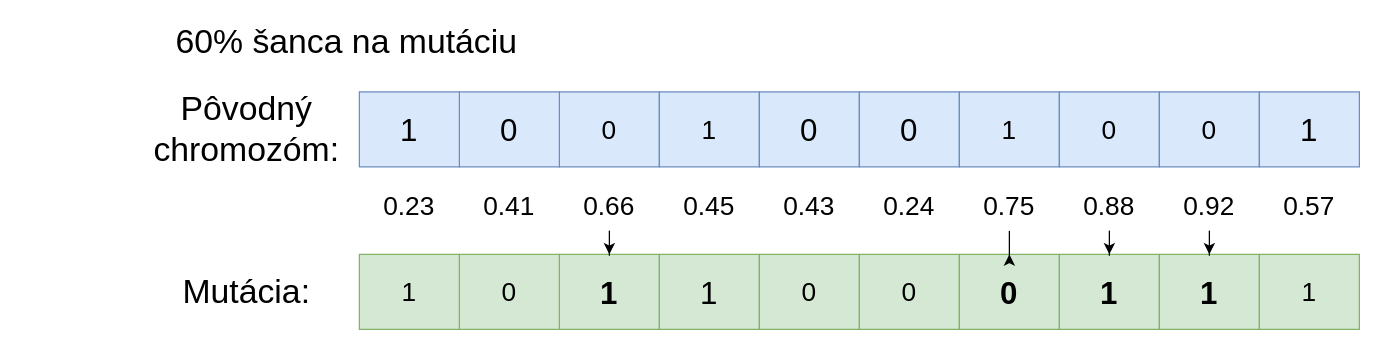
Above: image/mutacia.drawio in jozef229/FIIT-PRIPOC-ARTICLE-LaTeX (draw.io), before the change. Source tidied: cells renumbered, new cells numbered last; positions are measured from the earlier drawing's top-left corner, leaving out a move shared by most shapes. Both pictures are drawn from the tidied source at 125%, with x=0, y=0 at pixel (21, 29).
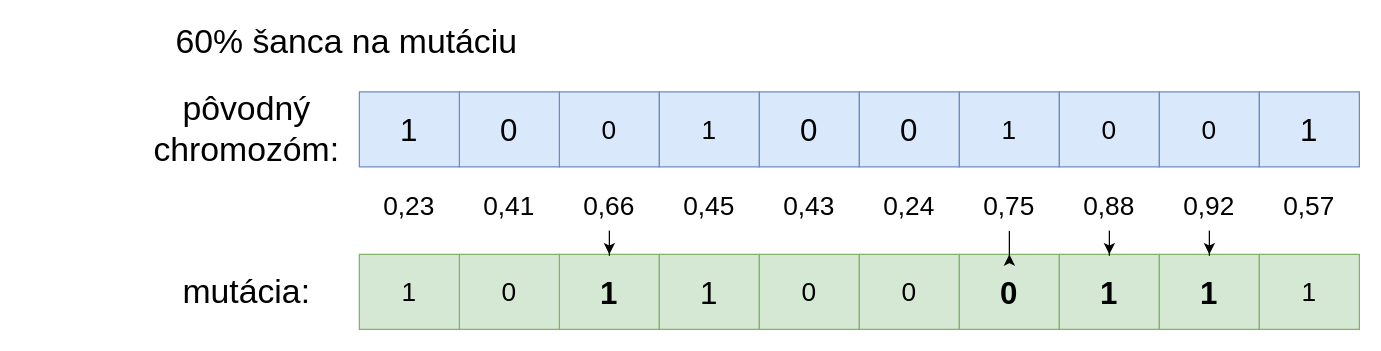
After the change.

The edit, as a diff of the source:
```diff
@@
-    <mxCell id="23" value="0.66" style="rounded=0;whiteSpace=wrap;html=1;fontSize=21;gradientColor=none;fillColor=#ffffff;strokeColor=none;" parent="1" vertex="1">
+    <mxCell id="23" value="0,66" style="rounded=0;whiteSpace=wrap;html=1;fontSize=21;gradientColor=none;fillColor=#ffffff;strokeColor=none;" parent="1" vertex="1">
       <mxGeometry x="430" y="121" width="80" height="40" as="geometry" />
     </mxCell>
-    <mxCell id="24" value="0.45" style="rounded=0;whiteSpace=wrap;html=1;fontSize=21;gradientColor=none;fillColor=#ffffff;strokeColor=none;" parent="1" vertex="1">
+    <mxCell id="24" value="0,45" style="rounded=0;whiteSpace=wrap;html=1;fontSize=21;gradientColor=none;fillColor=#ffffff;strokeColor=none;" parent="1" vertex="1">
       <mxGeometry x="510" y="121" width="80" height="40" as="geometry" />
     </mxCell>
-    <mxCell id="25" value="0.43" style="rounded=0;whiteSpace=wrap;html=1;fontSize=21;gradientColor=none;fillColor=#ffffff;strokeColor=none;" parent="1" vertex="1">
+    <mxCell id="25" value="0,43" style="rounded=0;whiteSpace=wrap;html=1;fontSize=21;gradientColor=none;fillColor=#ffffff;strokeColor=none;" parent="1" vertex="1">
       <mxGeometry x="590" y="121" width="80" height="40" as="geometry" />
     </mxCell>
-    <mxCell id="26" value="0.24" style="rounded=0;whiteSpace=wrap;html=1;fontSize=21;gradientColor=none;fillColor=#ffffff;strokeColor=none;" parent="1" vertex="1">
+    <mxCell id="26" value="0,24" style="rounded=0;whiteSpace=wrap;html=1;fontSize=21;gradientColor=none;fillColor=#ffffff;strokeColor=none;" parent="1" vertex="1">
       <mxGeometry x="670" y="121" width="80" height="40" as="geometry" />
     </mxCell>
@@
-    <mxCell id="28" value="0.75" style="rounded=0;whiteSpace=wrap;html=1;fontSize=21;gradientColor=none;fillColor=#ffffff;strokeColor=none;" parent="1" vertex="1">
+    <mxCell id="28" value="0,75" style="rounded=0;whiteSpace=wrap;html=1;fontSize=21;gradientColor=none;fillColor=#ffffff;strokeColor=none;" parent="1" vertex="1">
       <mxGeometry x="750" y="121" width="80" height="40" as="geometry" />
     </mxCell>
@@
-    <mxCell id="30" value="0.88" style="rounded=0;whiteSpace=wrap;html=1;fontSize=21;gradientColor=none;fillColor=#ffffff;strokeColor=none;" parent="1" vertex="1">
+    <mxCell id="30" value="0,88" style="rounded=0;whiteSpace=wrap;html=1;fontSize=21;gradientColor=none;fillColor=#ffffff;strokeColor=none;" parent="1" vertex="1">
       <mxGeometry x="830" y="121" width="80" height="40" as="geometry" />
     </mxCell>
@@
-    <mxCell id="32" value="0.92" style="rounded=0;whiteSpace=wrap;html=1;fontSize=21;gradientColor=none;fillColor=#ffffff;strokeColor=none;" parent="1" vertex="1">
+    <mxCell id="32" value="0,92" style="rounded=0;whiteSpace=wrap;html=1;fontSize=21;gradientColor=none;fillColor=#ffffff;strokeColor=none;" parent="1" vertex="1">
       <mxGeometry x="910" y="121" width="80" height="40" as="geometry" />
     </mxCell>
-    <mxCell id="33" value="0.57" style="rounded=0;whiteSpace=wrap;html=1;fontSize=21;gradientColor=none;fillColor=#ffffff;strokeColor=none;" parent="1" vertex="1">
+    <mxCell id="33" value="0,57" style="rounded=0;whiteSpace=wrap;html=1;fontSize=21;gradientColor=none;fillColor=#ffffff;strokeColor=none;" parent="1" vertex="1">
       <mxGeometry x="990" y="121" width="80" height="40" as="geometry" />
     </mxCell>
-    <mxCell id="34" value="0.41" style="rounded=0;whiteSpace=wrap;html=1;fontSize=21;gradientColor=none;fillColor=#ffffff;strokeColor=none;" parent="1" vertex="1">
+    <mxCell id="34" value="0,41" style="rounded=0;whiteSpace=wrap;html=1;fontSize=21;gradientColor=none;fillColor=#ffffff;strokeColor=none;" parent="1" vertex="1">
       <mxGeometry x="350" y="121" width="80" height="40" as="geometry" />
     </mxCell>
-    <mxCell id="35" value="0.23" style="rounded=0;whiteSpace=wrap;html=1;fontSize=21;gradientColor=none;fillColor=#ffffff;strokeColor=none;" parent="1" vertex="1">
+    <mxCell id="35" value="0,23" style="rounded=0;whiteSpace=wrap;html=1;fontSize=21;gradientColor=none;fillColor=#ffffff;strokeColor=none;" parent="1" vertex="1">
       <mxGeometry x="270" y="121" width="80" height="40" as="geometry" />
     </mxCell>
-    <mxCell id="36" value="Pôvodný chromozóm:" style="text;html=1;strokeColor=none;fillColor=none;align=center;verticalAlign=middle;whiteSpace=wrap;rounded=0;fontSize=27;" parent="1" vertex="1">
+    <mxCell id="36" value="pôvodný chromozóm:" style="text;html=1;strokeColor=none;fillColor=none;align=center;verticalAlign=middle;whiteSpace=wrap;rounded=0;fontSize=27;" parent="1" vertex="1">
       <mxGeometry x="120" y="70" width="120" height="20" as="geometry" />
     </mxCell>
@@
-    <mxCell id="38" value="Mutácia:" style="text;html=1;strokeColor=none;fillColor=none;align=center;verticalAlign=middle;whiteSpace=wrap;rounded=0;fontSize=27;" parent="1" vertex="1">
+    <mxCell id="38" value="mutácia:" style="text;html=1;strokeColor=none;fillColor=none;align=center;verticalAlign=middle;whiteSpace=wrap;rounded=0;fontSize=27;" parent="1" vertex="1">
       <mxGeometry x="120" y="200" width="120" height="20" as="geometry" />
     </mxCell>
```
